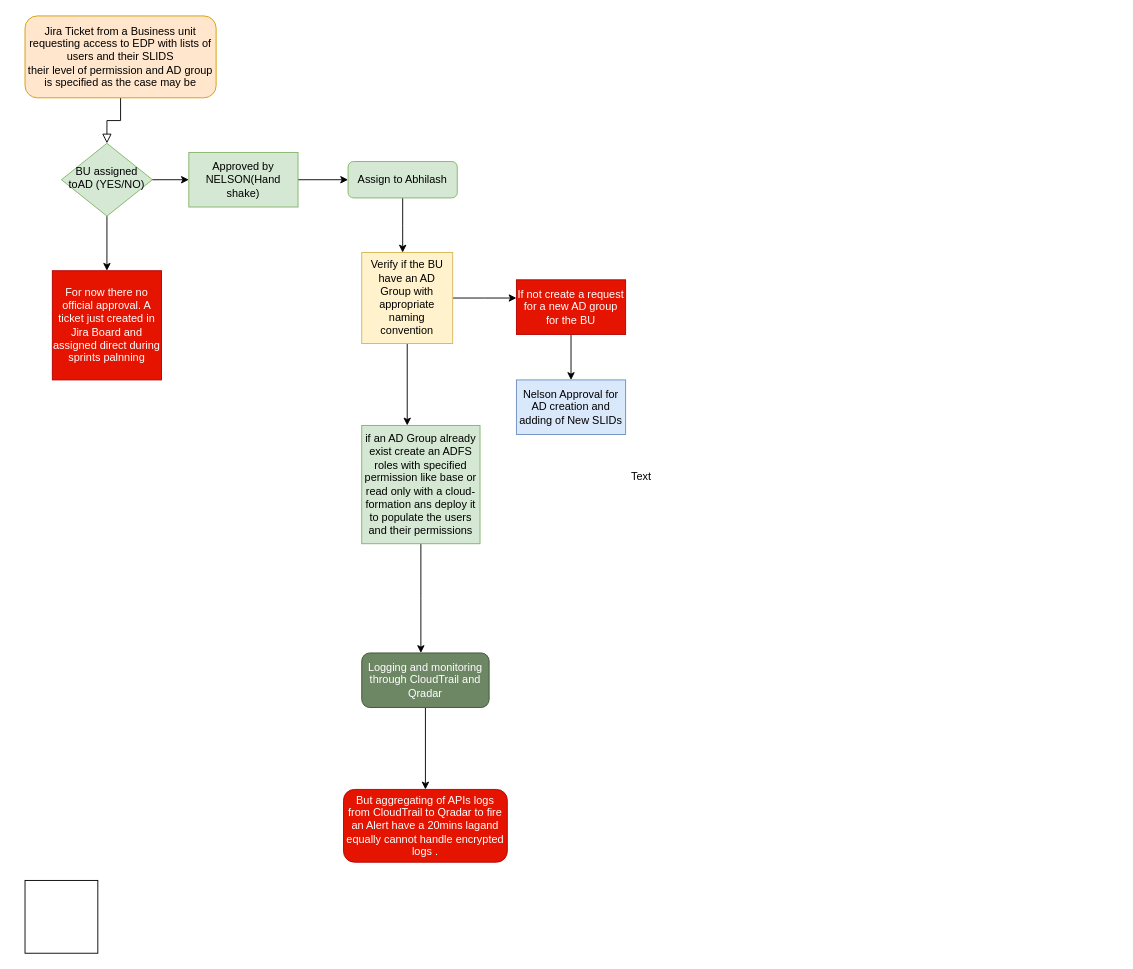
Before: IAM FOLWCHAT .drawio in devopseze/agbaeze, a draw.io diagram. Source tidied: cells renumbered, new cells numbered last; positions are measured from the earlier drawing's top-left corner, leaving out a move shared by most shapes. Both pictures are drawn from the tidied source at 91%, with x=0, y=0 at pixel (25, 15).
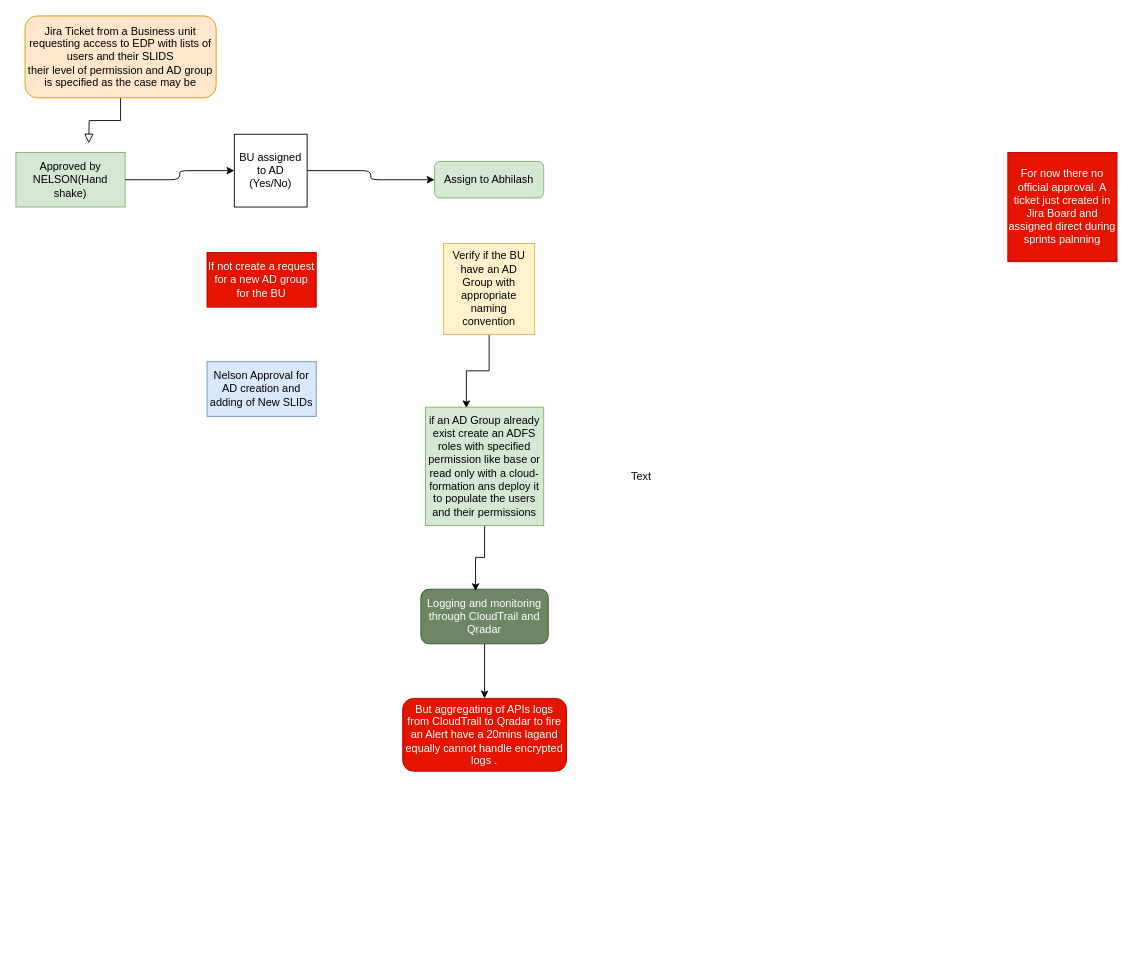
After the change.

The change refers to these unchanged cells:
```xml
<mxCell id="3" value="&lt;div align=&quot;center&quot;&gt;Jira Ticket from a Business unit &lt;br&gt;&lt;/div&gt;&lt;div align=&quot;center&quot;&gt;requesting access to EDP with lists of users and their SLIDS &lt;br&gt;&lt;/div&gt;&lt;div align=&quot;center&quot;&gt;their level of permission and AD group is specified as the case may be&lt;br&gt; &lt;/div&gt;" style="rounded=1;whiteSpace=wrap;html=1;fontSize=12;glass=0;strokeWidth=1;shadow=0;fillColor=#ffe6cc;strokeColor=#d79b00;" parent="1" vertex="1">
  <mxGeometry width="210" height="90" as="geometry" />
</mxCell>
```

What changed in the source:
```diff
@@
-    <mxCell id="2" style="rounded=0;html=1;jettySize=auto;fontSize=11;endArrow=block;endFill=0;endSize=8;strokeWidth=1;shadow=0;labelBackgroundColor=none;edgeStyle=orthogonalEdgeStyle;" parent="1" edge="1" source="3" target="5">
-      <mxGeometry relative="1" as="geometry" />
+    <mxCell id="2" style="rounded=0;html=1;jettySize=auto;fontSize=11;endArrow=block;endFill=0;endSize=8;strokeWidth=1;shadow=0;labelBackgroundColor=none;edgeStyle=orthogonalEdgeStyle;" parent="1" edge="1" source="3">
+      <mxGeometry relative="1" as="geometry">
+        <mxPoint x="70" y="140" as="targetPoint" />
+      </mxGeometry>
     </mxCell>
@@
-    <mxCell id="4" style="edgeStyle=orthogonalEdgeStyle;rounded=0;jettySize=auto;html=1;entryX=0.5;entryY=0;entryDx=0;entryDy=0;" parent="1" edge="1" source="5" target="22">
-      <mxGeometry relative="1" as="geometry" />
-    </mxCell>
-    <mxCell id="5" value="BU assigned toAD (YES/NO)" style="rhombus;whiteSpace=wrap;html=1;shadow=0;fontFamily=Helvetica;fontSize=12;align=center;strokeWidth=1;spacing=6;spacingTop=-4;fillColor=#d5e8d4;strokeColor=#82b366;" parent="1" vertex="1">
-      <mxGeometry x="40" y="140" width="100" height="80" as="geometry" />
-    </mxCell>
-    <mxCell id="6" style="edgeStyle=orthogonalEdgeStyle;rounded=0;jettySize=auto;html=1;" parent="1" edge="1" source="7">
-      <mxGeometry relative="1" as="geometry">
-        <mxPoint x="415" y="260" as="targetPoint" />
-      </mxGeometry>
-    </mxCell>
     <mxCell id="7" value="Assign to Abhilash " style="rounded=1;whiteSpace=wrap;html=1;fontSize=12;glass=0;strokeWidth=1;shadow=0;fillColor=#d5e8d4;strokeColor=#82b366;" parent="1" vertex="1">
-      <mxGeometry x="355" y="160" width="120" height="40" as="geometry" />
+      <mxGeometry x="450" y="160" width="120" height="40" as="geometry" />
     </mxCell>
-    <mxCell id="8" style="edgeStyle=orthogonalEdgeStyle;rounded=1;jettySize=auto;html=1;" parent="1" edge="1" source="9" target="10">
+    <mxCell id="8" style="edgeStyle=orthogonalEdgeStyle;rounded=0;jettySize=auto;html=1;entryX=0.5;entryY=0;entryDx=0;entryDy=0;" parent="1" edge="1" source="9" target="10">
       <mxGeometry relative="1" as="geometry" />
     </mxCell>
     <mxCell id="9" value="Logging and monitoring through CloudTrail and Qradar" style="rounded=1;whiteSpace=wrap;html=1;fontSize=12;glass=0;strokeWidth=1;shadow=0;fillColor=#6d8764;strokeColor=#3A5431;fontColor=#ffffff;" parent="1" vertex="1">
-      <mxGeometry x="370" y="700" width="140" height="60" as="geometry" />
+      <mxGeometry x="435" y="630" width="140" height="60" as="geometry" />
     </mxCell>
     <mxCell id="10" value="But aggregating of APIs logs from CloudTrail to Qradar to fire an Alert have a 20mins lagand equally cannot handle encrypted logs . " style="rounded=1;whiteSpace=wrap;html=1;fontSize=12;glass=0;strokeWidth=1;shadow=0;fillColor=#e51400;strokeColor=#B20000;fontColor=#ffffff;" parent="1" vertex="1">
-      <mxGeometry x="350" y="850" width="180" height="80" as="geometry" />
+      <mxGeometry x="415" y="750" width="180" height="80" as="geometry" />
     </mxCell>
-    <mxCell id="11" style="edgeStyle=orthogonalEdgeStyle;rounded=0;jettySize=auto;html=1;exitX=0.5;exitY=1;exitDx=0;exitDy=0;entryX=0.5;entryY=0;entryDx=0;entryDy=0;" parent="1" edge="1" source="12" target="23">
-      <mxGeometry relative="1" as="geometry" />
-    </mxCell>
-    <mxCell id="12" value="If not create a request for a new AD group for the BU " style="rounded=1;whiteSpace=wrap;html=1;fontSize=12;glass=0;strokeWidth=1;shadow=0;arcSize=0;fillColor=#e51400;strokeColor=#B20000;fontColor=#ffffff;" parent="1" vertex="1">
-      <mxGeometry x="540" y="290" width="120" height="60" as="geometry" />
-    </mxCell>
-    <mxCell id="13" style="edgeStyle=orthogonalEdgeStyle;curved=1;jettySize=auto;html=1;" parent="1" edge="1" source="15">
-      <mxGeometry relative="1" as="geometry">
-        <mxPoint x="420" y="450" as="targetPoint" />
-      </mxGeometry>
-    </mxCell>
-    <mxCell id="14" style="edgeStyle=orthogonalEdgeStyle;rounded=0;jettySize=auto;html=1;" parent="1" edge="1" source="15">
-      <mxGeometry relative="1" as="geometry">
-        <mxPoint x="540" y="310" as="targetPoint" />
-      </mxGeometry>
-    </mxCell>
+    <mxCell id="25" style="edgeStyle=orthogonalEdgeStyle;rounded=0;jettySize=auto;html=1;entryX=0.346;entryY=0.008;entryDx=0;entryDy=0;entryPerimeter=0;" parent="1" edge="1" source="15" target="17">
+      <mxGeometry relative="1" as="geometry" />
+    </mxCell>
     <mxCell id="15" value="Verify if the BU have an AD Group with appropriate naming convention" style="whiteSpace=wrap;html=1;fillColor=#fff2cc;strokeColor=#d6b656;" parent="1" vertex="1">
-      <mxGeometry x="370" y="260" width="100" height="100" as="geometry" />
+      <mxGeometry x="460" y="250" width="100" height="100" as="geometry" />
     </mxCell>
-    <mxCell id="16" style="edgeStyle=orthogonalEdgeStyle;rounded=0;jettySize=auto;html=1;" parent="1" edge="1" source="17">
-      <mxGeometry relative="1" as="geometry">
-        <mxPoint x="435" y="700" as="targetPoint" />
-      </mxGeometry>
-    </mxCell>
+    <mxCell id="26" style="edgeStyle=orthogonalEdgeStyle;rounded=0;jettySize=auto;html=1;exitX=0.5;exitY=1;exitDx=0;exitDy=0;entryX=0.429;entryY=0.033;entryDx=0;entryDy=0;entryPerimeter=0;" parent="1" edge="1" source="17" target="9">
+      <mxGeometry relative="1" as="geometry" />
+    </mxCell>
     <mxCell id="17" value="&lt;div&gt;if an AD Group already &lt;br&gt;&lt;/div&gt;&lt;div&gt;exist create an ADFS roles with specified permission like base or read only with a cloud-formation ans deploy it to populate the users and their permissions &lt;br&gt;&lt;/div&gt;" style="whiteSpace=wrap;html=1;fillColor=#d5e8d4;strokeColor=#82b366;" parent="1" vertex="1">
-      <mxGeometry x="370" y="450" width="130" height="130" as="geometry" />
+      <mxGeometry x="440" y="430" width="130" height="130" as="geometry" />
     </mxCell>
-    <mxCell id="18" style="edgeStyle=orthogonalEdgeStyle;rounded=1;jettySize=auto;html=1;" parent="1" edge="1" source="19" target="7">
+    <mxCell id="18" style="edgeStyle=orthogonalEdgeStyle;rounded=1;jettySize=auto;html=1;" parent="1" edge="1" source="27" target="7">
       <mxGeometry relative="1" as="geometry" />
     </mxCell>
     <mxCell id="19" value="Approved by NELSON(Hand shake)" style="rounded=0;whiteSpace=wrap;html=1;fillColor=#d5e8d4;strokeColor=#82b366;" parent="1" vertex="1">
-      <mxGeometry x="180" y="150" width="120" height="60" as="geometry" />
+      <mxGeometry x="-10" y="150" width="120" height="60" as="geometry" />
     </mxCell>
-    <mxCell id="20" style="endArrow=classic;html=1;exitX=1;exitY=0.5;exitDx=0;exitDy=0;" parent="1" edge="1" source="5">
-      <mxGeometry relative="1" as="geometry">
-        <mxPoint x="180" y="180" as="targetPoint" />
-      </mxGeometry>
-    </mxCell>
@@
+    <mxCell id="23" value="Nelson Approval for AD creation and adding of New SLIDs " style="rounded=0;whiteSpace=wrap;html=1;fillColor=#dae8fc;strokeColor=#6c8ebf;" parent="1" vertex="1">
+      <mxGeometry x="200" y="380" width="120" height="60" as="geometry" />
+    </mxCell>
+    <mxCell id="12" value="If not create a request for a new AD group for the BU " style="rounded=1;whiteSpace=wrap;html=1;fontSize=12;glass=0;strokeWidth=1;shadow=0;arcSize=0;fillColor=#e51400;strokeColor=#B20000;fontColor=#ffffff;" parent="1" vertex="1">
+      <mxGeometry x="200" y="260" width="120" height="60" as="geometry" />
+    </mxCell>
     <mxCell id="22" value="For now there no official approval. A ticket just created in Jira Board and assigned direct during sprints palnning " style="whiteSpace=wrap;html=1;fillColor=#e51400;strokeColor=#B20000;fontColor=#ffffff;" parent="1" vertex="1">
-      <mxGeometry x="30" y="280" width="120" height="120" as="geometry" />
+      <mxGeometry x="1080" y="150" width="120" height="120" as="geometry" />
     </mxCell>
-    <mxCell id="23" value="Nelson Approval for AD creation and adding of New SLIDs " style="rounded=0;whiteSpace=wrap;html=1;fillColor=#dae8fc;strokeColor=#6c8ebf;" parent="1" vertex="1">
-      <mxGeometry x="540" y="400" width="120" height="60" as="geometry" />
-    </mxCell>
-    <mxCell id="24" style="whiteSpace=wrap;html=1;" parent="1" vertex="1">
-      <mxGeometry y="950" width="80" height="80" as="geometry" />
-    </mxCell>
+    <mxCell id="27" value="&lt;div&gt;BU assigned to AD&lt;/div&gt;&lt;div&gt;(Yes/No)&lt;br&gt;&lt;/div&gt;" style="whiteSpace=wrap;html=1;" parent="1" vertex="1">
+      <mxGeometry x="230" y="130" width="80" height="80" as="geometry" />
+    </mxCell>
+    <mxCell id="28" style="edgeStyle=orthogonalEdgeStyle;rounded=1;jettySize=auto;html=1;" parent="1" edge="1" source="19" target="27">
+      <mxGeometry relative="1" as="geometry" />
+    </mxCell>
```
